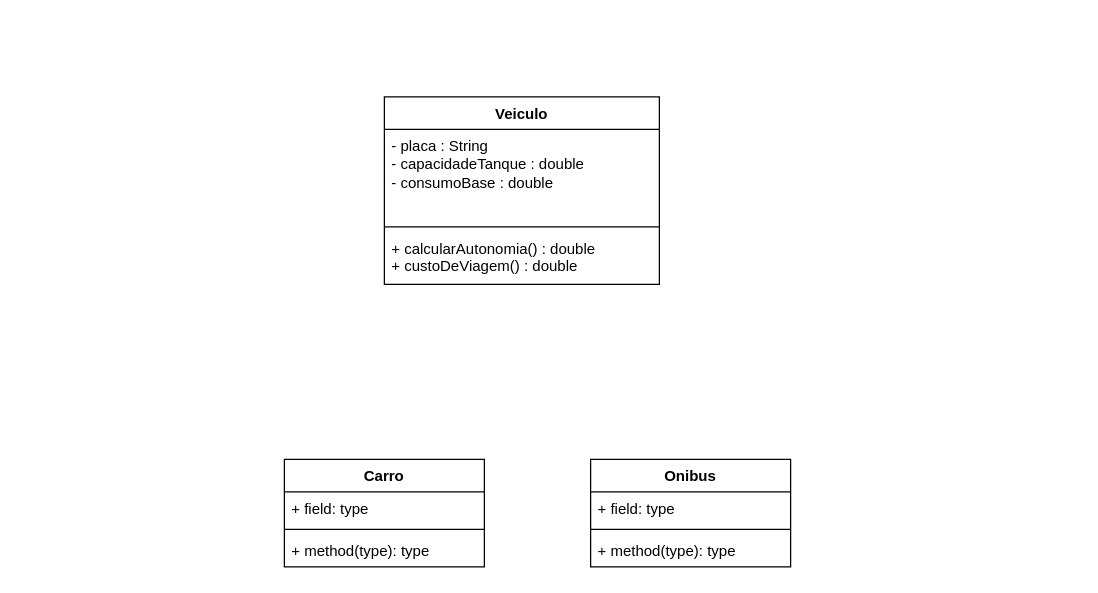
djuliasabrina/FURB keeps this draw.io diagram as POO/Exercicio_Heranca_Modelagem/exe_questao2/target/classes/com/empresa/Diagrama.drawio. Above is the earlier version. Source tidied: cells renumbered, new cells numbered last; positions are measured from the earlier drawing's top-left corner, leaving out a move shared by most shapes. Both pictures are drawn from the tidied source at 125%, with x=0, y=0 at pixel (284, 96).
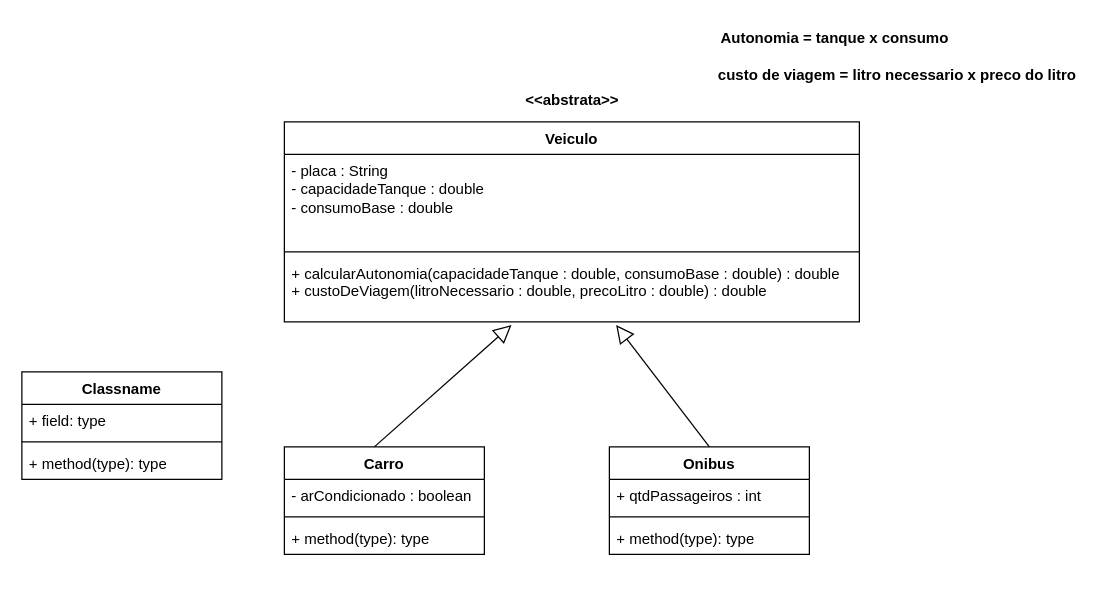
The same diagram, later.

Change to the diagram source:
```diff
@@
     <mxCell id="2" value="Veiculo&lt;div&gt;&lt;br&gt;&lt;/div&gt;" style="swimlane;fontStyle=1;align=center;verticalAlign=top;horizontal=1;startSize=26;whiteSpace=wrap;html=1;" parent="1" vertex="1">
-      <mxGeometry x="80" width="220" height="150" as="geometry" />
+      <mxGeometry y="20" width="460" height="160" as="geometry" />
     </mxCell>
     <mxCell id="3" value="- placa : String&lt;div&gt;- capacidadeTanque : double&lt;/div&gt;&lt;div&gt;- consumoBase : double&lt;/div&gt;" style="text;strokeColor=none;fillColor=none;align=left;verticalAlign=top;spacingLeft=4;spacingRight=4;overflow=hidden;whiteSpace=wrap;html=1;" parent="2" vertex="1">
-      <mxGeometry y="26" width="220" height="74" as="geometry" />
+      <mxGeometry y="26" width="460" height="74" as="geometry" />
     </mxCell>
     <mxCell id="4" style="line;strokeWidth=1;fillColor=none;align=left;verticalAlign=middle;spacingTop=-1;spacingLeft=3;spacingRight=3;labelPosition=right;strokeColor=inherit;" parent="2" vertex="1">
-      <mxGeometry y="100" width="220" height="8" as="geometry" />
+      <mxGeometry y="100" width="460" height="8" as="geometry" />
     </mxCell>
-    <mxCell id="5" value="+ calcularAutonomia() : double&lt;div&gt;+ custoDeViagem() : double&lt;/div&gt;" style="text;strokeColor=none;fillColor=none;align=left;verticalAlign=top;spacingLeft=4;spacingRight=4;overflow=hidden;points=[[0,0.5],[1,0.5]];portConstraint=eastwest;whiteSpace=wrap;html=1;" parent="2" vertex="1">
-      <mxGeometry y="108" width="220" height="42" as="geometry" />
+    <mxCell id="5" value="+ calcularAutonomia(capacidadeTanque : double, consumoBase : double) : double&lt;div&gt;+ custoDeViagem(litroNecessario : double, precoLitro : double) : double&lt;/div&gt;" style="text;strokeColor=none;fillColor=none;align=left;verticalAlign=top;spacingLeft=4;spacingRight=4;overflow=hidden;points=[[0,0.5],[1,0.5]];portConstraint=eastwest;whiteSpace=wrap;html=1;" parent="2" vertex="1">
+      <mxGeometry y="108" width="460" height="52" as="geometry" />
     </mxCell>
     <mxCell id="6" value="Onibus" style="swimlane;fontStyle=1;align=center;verticalAlign=top;horizontal=1;startSize=26;whiteSpace=wrap;html=1;" parent="1" vertex="1">
-      <mxGeometry x="245" y="290" width="160" height="86" as="geometry" />
+      <mxGeometry x="260" y="280" width="160" height="86" as="geometry" />
     </mxCell>
-    <mxCell id="7" value="+ field: type" style="text;strokeColor=none;fillColor=none;align=left;verticalAlign=top;spacingLeft=4;spacingRight=4;overflow=hidden;whiteSpace=wrap;html=1;" parent="6" vertex="1">
+    <mxCell id="7" value="+ qtdPassageiros : int" style="text;strokeColor=none;fillColor=none;align=left;verticalAlign=top;spacingLeft=4;spacingRight=4;overflow=hidden;whiteSpace=wrap;html=1;" parent="6" vertex="1">
       <mxGeometry y="26" width="160" height="26" as="geometry" />
     </mxCell>
@@
     <mxCell id="10" value="Carro" style="swimlane;fontStyle=1;align=center;verticalAlign=top;horizontal=1;startSize=26;whiteSpace=wrap;html=1;" parent="1" vertex="1">
-      <mxGeometry y="290" width="160" height="86" as="geometry" />
+      <mxGeometry y="280" width="160" height="86" as="geometry" />
     </mxCell>
-    <mxCell id="11" value="+ field: type" style="text;strokeColor=none;fillColor=none;align=left;verticalAlign=top;spacingLeft=4;spacingRight=4;overflow=hidden;whiteSpace=wrap;html=1;" parent="10" vertex="1">
+    <mxCell id="11" value="- arCondicionado : boolean" style="text;strokeColor=none;fillColor=none;align=left;verticalAlign=top;spacingLeft=4;spacingRight=4;overflow=hidden;whiteSpace=wrap;html=1;" parent="10" vertex="1">
       <mxGeometry y="26" width="160" height="26" as="geometry" />
     </mxCell>
@@
+    <mxCell id="14" value="Autonomia = tanque x consumo" style="text;align=center;fontStyle=1;verticalAlign=middle;spacingLeft=3;spacingRight=3;strokeColor=none;html=1;" parent="1" vertex="1">
+      <mxGeometry x="400" y="-60" width="80" height="26" as="geometry" />
+    </mxCell>
+    <mxCell id="15" value="custo de viagem = litro necessario x preco do litro" style="text;align=center;fontStyle=1;verticalAlign=middle;spacingLeft=3;spacingRight=3;strokeColor=none;html=1;" parent="1" vertex="1">
+      <mxGeometry x="450" y="-30" width="80" height="26" as="geometry" />
+    </mxCell>
+    <mxCell id="16" style="endArrow=block;endFill=0;endSize=12;html=1;exitX=0.45;exitY=0;exitDx=0;exitDy=0;exitPerimeter=0;entryX=0.395;entryY=1.048;entryDx=0;entryDy=0;entryPerimeter=0;" parent="1" edge="1" source="10" target="5">
+      <mxGeometry relative="1" as="geometry" />
+    </mxCell>
+    <mxCell id="17" style="endArrow=block;endFill=0;endSize=12;html=1;exitX=0.5;exitY=0;exitDx=0;exitDy=0;entryX=0.577;entryY=1.048;entryDx=0;entryDy=0;entryPerimeter=0;" parent="1" edge="1" source="6" target="5">
+      <mxGeometry relative="1" as="geometry" />
+    </mxCell>
+    <mxCell id="18" value="Classname" style="swimlane;fontStyle=1;align=center;verticalAlign=top;horizontal=1;startSize=26;whiteSpace=wrap;html=1;" parent="1" vertex="1">
+      <mxGeometry x="-210" y="220" width="160" height="86" as="geometry" />
+    </mxCell>
+    <mxCell id="19" value="+ field: type" style="text;strokeColor=none;fillColor=none;align=left;verticalAlign=top;spacingLeft=4;spacingRight=4;overflow=hidden;whiteSpace=wrap;html=1;" parent="18" vertex="1">
+      <mxGeometry y="26" width="160" height="26" as="geometry" />
+    </mxCell>
+    <mxCell id="20" style="line;strokeWidth=1;fillColor=none;align=left;verticalAlign=middle;spacingTop=-1;spacingLeft=3;spacingRight=3;labelPosition=right;strokeColor=inherit;" parent="18" vertex="1">
+      <mxGeometry y="52" width="160" height="8" as="geometry" />
+    </mxCell>
+    <mxCell id="21" value="+ method(type): type" style="text;strokeColor=none;fillColor=none;align=left;verticalAlign=top;spacingLeft=4;spacingRight=4;overflow=hidden;whiteSpace=wrap;html=1;" parent="18" vertex="1">
+      <mxGeometry y="60" width="160" height="26" as="geometry" />
+    </mxCell>
+    <mxCell id="22" value="&amp;lt;&amp;lt;abstrata&amp;gt;&amp;gt;" style="text;align=center;fontStyle=1;verticalAlign=middle;spacingLeft=3;spacingRight=3;strokeColor=none;html=1;" parent="1" vertex="1">
+      <mxGeometry x="190" y="-10" width="80" height="26" as="geometry" />
+    </mxCell>
```
